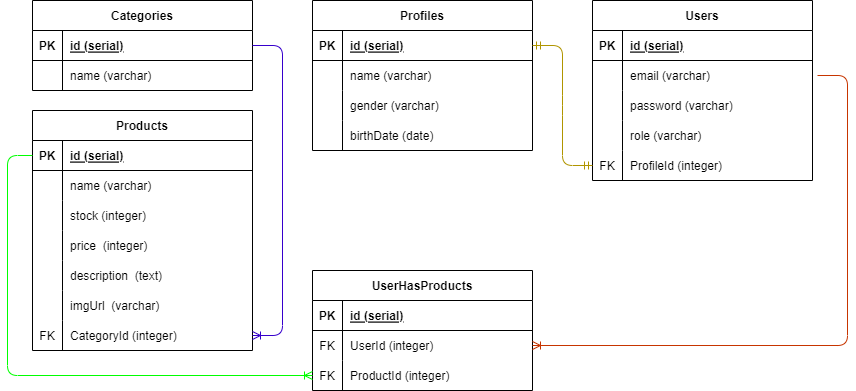
viscocsiv/Hacktiv8-Hijau-Busana keeps this draw.io diagram as ERD/schema-hijau-busana.drawio.png. Above is the earlier version. Source tidied: cells renumbered, new cells last; positions are measured from the earlier drawing's top-left corner, leaving out a move shared by most shapes.
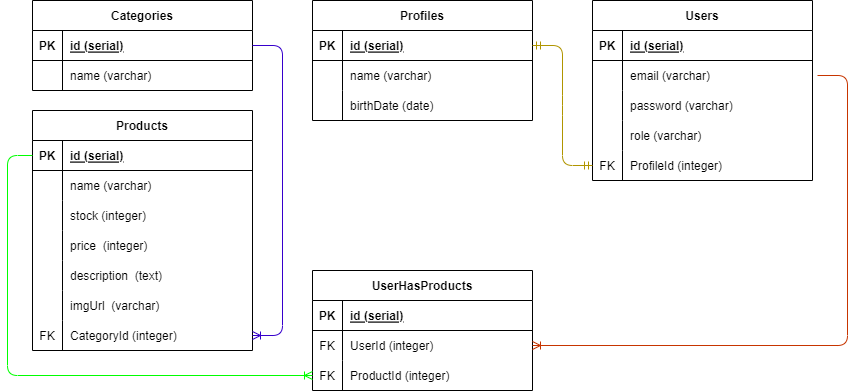
After the change.

What changed in the source:
```diff
@@ -51,7 +51,7 @@
       <mxGeometry x="30" width="190" height="30" as="geometry" />
     </mxCell>
     <mxCell id="18" value="Profiles" style="shape=table;startSize=30;rowLines=0;fontStyle=1;align=center;" parent="1" vertex="1">
-      <mxGeometry x="305" width="220" height="150" as="geometry" />
+      <mxGeometry x="305" width="220" height="120" as="geometry" />
     </mxCell>
     <mxCell id="19" style="shape=tableRow;horizontal=0;startSize=0;swimlaneHead=0;swimlaneBody=0;fillColor=none;points=[[0,0.5],[1,0.5]];portConstraint=eastwest;top=0;left=0;right=0;bottom=1;" parent="18" vertex="1">
       <mxGeometry y="30" width="220" height="30" as="geometry" />
@@ -71,17 +71,8 @@
     <mxCell id="24" value="name (varchar) " style="shape=partialRectangle;fillColor=none;top=0;left=0;bottom=0;right=0;align=left;spacingLeft=6;overflow=hidden;" parent="22" vertex="1">
       <mxGeometry x="30" width="190" height="30" as="geometry" />
     </mxCell>
-    <mxCell id="25" style="shape=tableRow;horizontal=0;startSize=0;swimlaneHead=0;swimlaneBody=0;fillColor=none;top=0;left=0;right=0;bottom=0;" parent="18" vertex="1">
-      <mxGeometry y="90" width="220" height="30" as="geometry" />
-    </mxCell>
-    <mxCell id="26" style="shape=partialRectangle;fillColor=none;top=0;left=0;bottom=0;right=0;overflow=hidden;" parent="25" vertex="1">
-      <mxGeometry width="30" height="30" as="geometry" />
-    </mxCell>
-    <mxCell id="27" value="gender (varchar) " style="shape=partialRectangle;fillColor=none;top=0;left=0;bottom=0;right=0;align=left;spacingLeft=6;overflow=hidden;" parent="25" vertex="1">
-      <mxGeometry x="30" width="190" height="30" as="geometry" />
-    </mxCell>
     <mxCell id="28" style="shape=tableRow;horizontal=0;startSize=0;swimlaneHead=0;swimlaneBody=0;fillColor=none;top=0;left=0;right=0;bottom=0;" parent="18" vertex="1">
-      <mxGeometry y="120" width="220" height="30" as="geometry" />
+      <mxGeometry y="90" width="220" height="30" as="geometry" />
     </mxCell>
     <mxCell id="29" style="shape=partialRectangle;fillColor=none;top=0;left=0;bottom=0;right=0;overflow=hidden;" parent="28" vertex="1">
       <mxGeometry width="30" height="30" as="geometry" />
```
